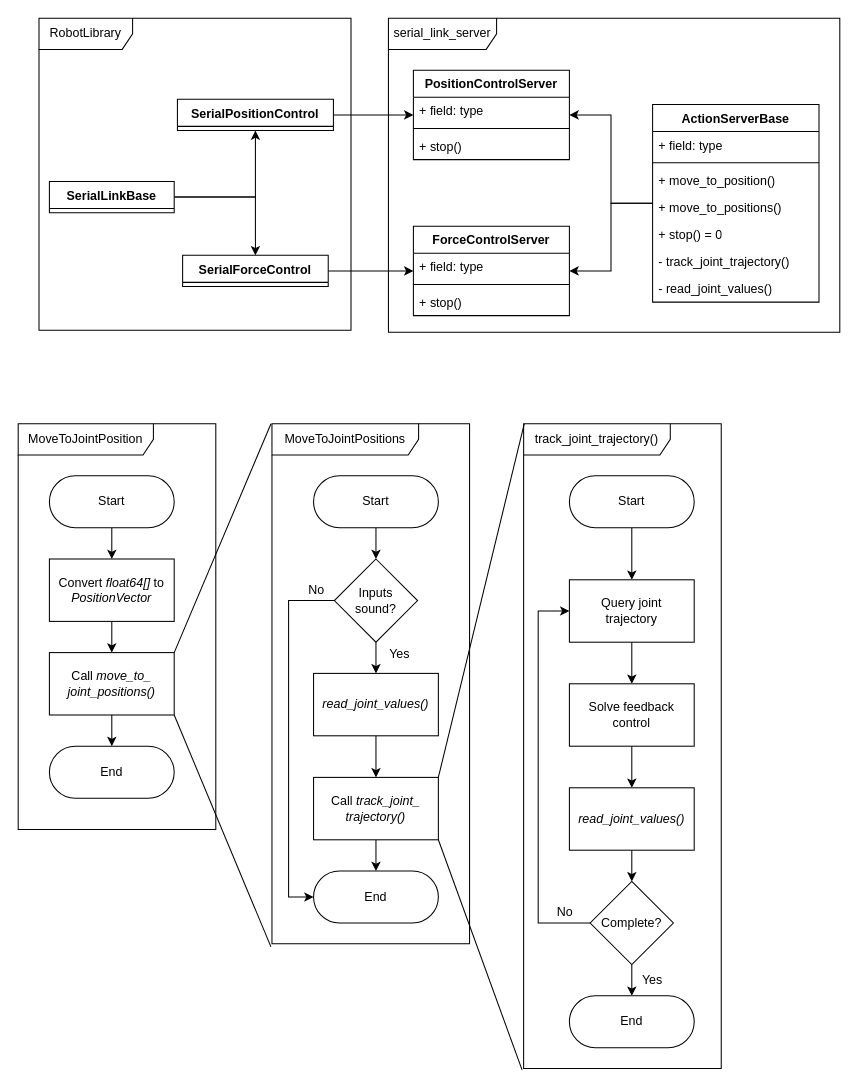
This is doc/ClassDiagrams.drawio from Woolfrey/server_serial_link, a draw.io file, before an edit. Source tidied: cells renumbered, new cells numbered last; positions are measured from the earlier drawing's top-left corner, leaving out a move shared by most shapes. Both pictures are drawn from the tidied source at 104%, with x=0, y=0 at pixel (18, 18).
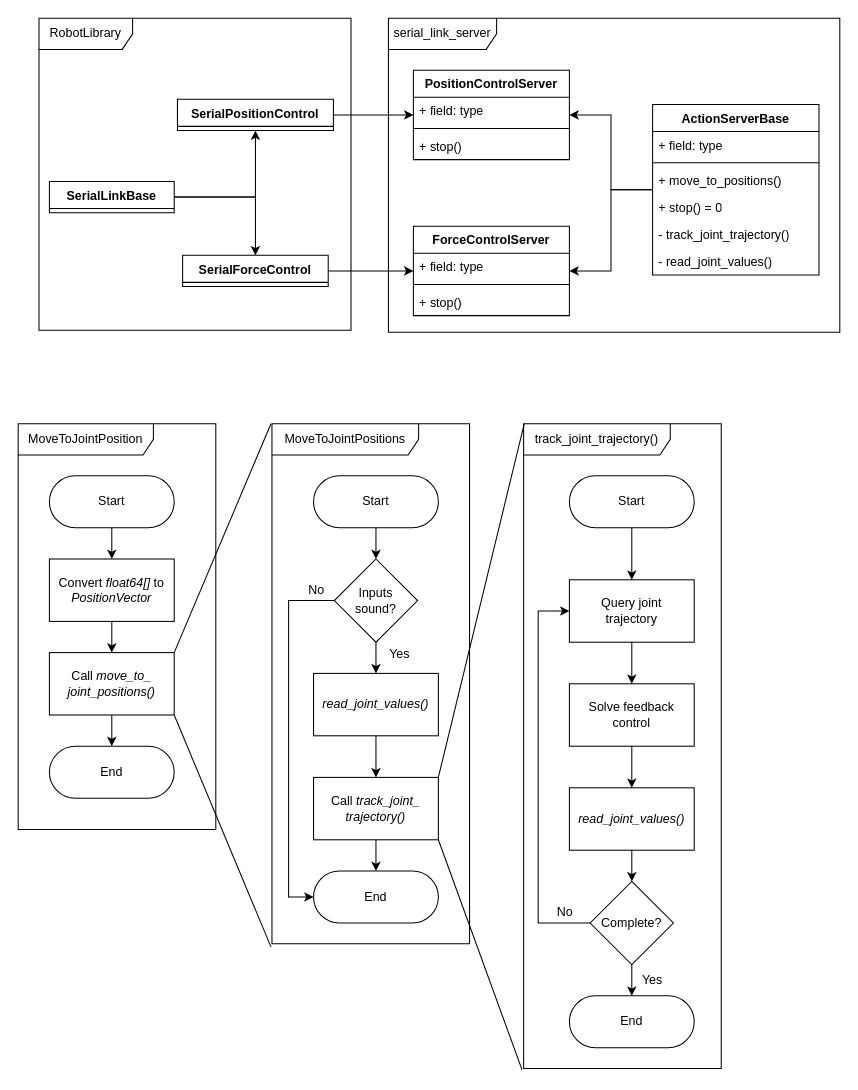
After the change.

What changed in the source:
```diff
@@
     <mxCell id="4" value="ActionServerBase" style="swimlane;fontStyle=1;align=center;verticalAlign=top;horizontal=1;startSize=26;whiteSpace=wrap;html=1;" parent="1" vertex="1">
-      <mxGeometry x="610" y="83" width="160" height="190" as="geometry" />
+      <mxGeometry x="610" y="83" width="160" height="164" as="geometry" />
     </mxCell>
@@
-    <mxCell id="7" value="+ move_to_position()" style="text;strokeColor=none;fillColor=none;align=left;verticalAlign=top;spacingLeft=4;spacingRight=4;overflow=hidden;whiteSpace=wrap;html=1;" parent="4" vertex="1">
-      <mxGeometry y="60" width="160" height="26" as="geometry" />
-    </mxCell>
     <mxCell id="8" value="+ move_to_positions()" style="text;strokeColor=none;fillColor=none;align=left;verticalAlign=top;spacingLeft=4;spacingRight=4;overflow=hidden;whiteSpace=wrap;html=1;" parent="4" vertex="1">
-      <mxGeometry y="86" width="160" height="26" as="geometry" />
+      <mxGeometry y="60" width="160" height="26" as="geometry" />
     </mxCell>
     <mxCell id="9" value="+ stop() = 0" style="text;strokeColor=none;fillColor=none;align=left;verticalAlign=top;spacingLeft=4;spacingRight=4;overflow=hidden;whiteSpace=wrap;html=1;" parent="4" vertex="1">
-      <mxGeometry y="112" width="160" height="26" as="geometry" />
+      <mxGeometry y="86" width="160" height="26" as="geometry" />
     </mxCell>
     <mxCell id="10" value="- track_joint_trajectory()" style="text;strokeColor=none;fillColor=none;align=left;verticalAlign=top;spacingLeft=4;spacingRight=4;overflow=hidden;whiteSpace=wrap;html=1;" parent="4" vertex="1">
-      <mxGeometry y="138" width="160" height="26" as="geometry" />
+      <mxGeometry y="112" width="160" height="26" as="geometry" />
     </mxCell>
     <mxCell id="11" value="- read_joint_values()" style="text;strokeColor=none;fillColor=none;align=left;verticalAlign=top;spacingLeft=4;spacingRight=4;overflow=hidden;whiteSpace=wrap;html=1;" parent="4" vertex="1">
-      <mxGeometry y="164" width="160" height="26" as="geometry" />
+      <mxGeometry y="138" width="160" height="26" as="geometry" />
     </mxCell>
```
